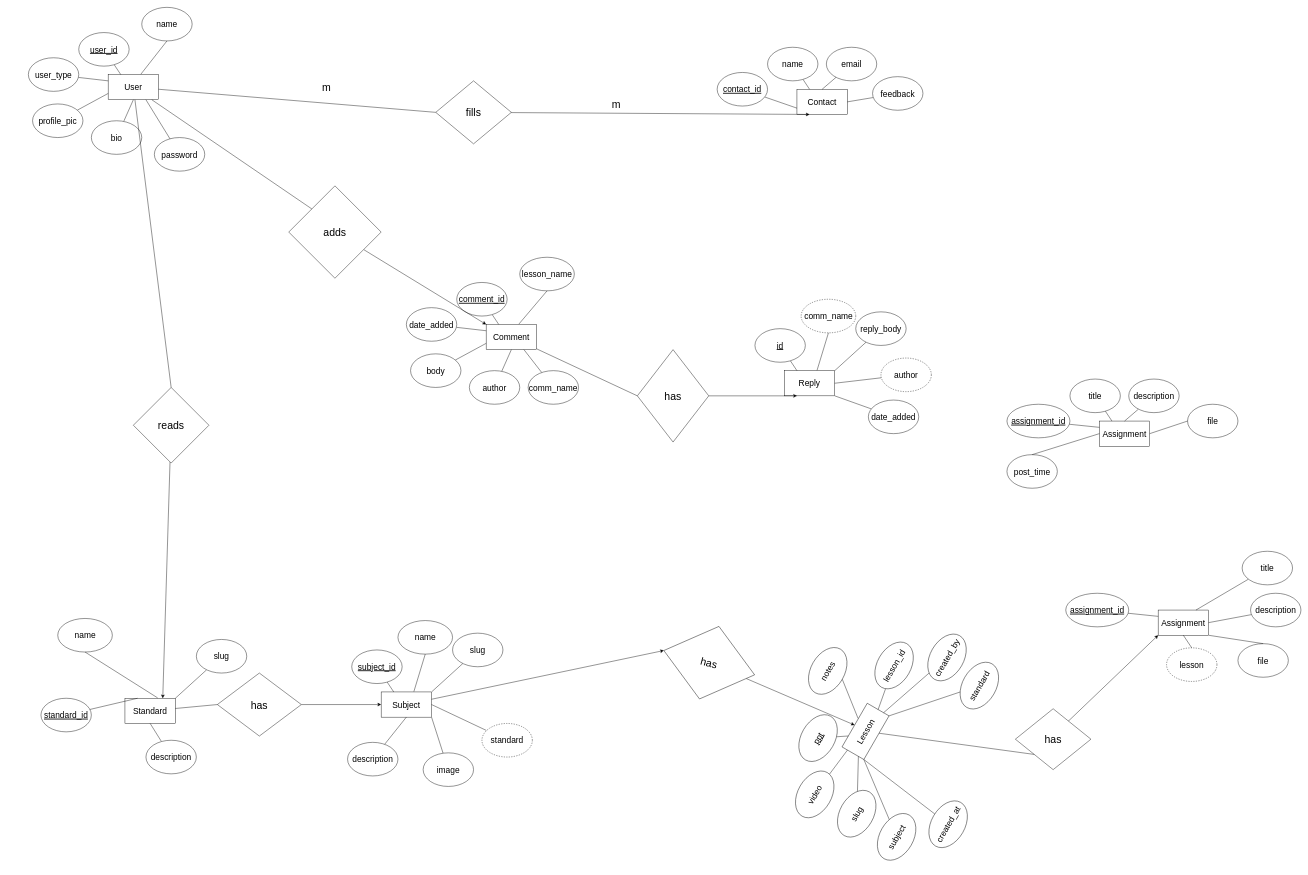
This is curriculum/er.drawio from neexal/kachhya-new, a draw.io file, before an edit. Source tidied: cells renumbered, new cells numbered last; positions are measured from the earlier drawing's top-left corner, leaving out a move shared by most shapes. Both pictures are drawn from the tidied source at 42%, with x=0, y=0 at pixel (28, 7).
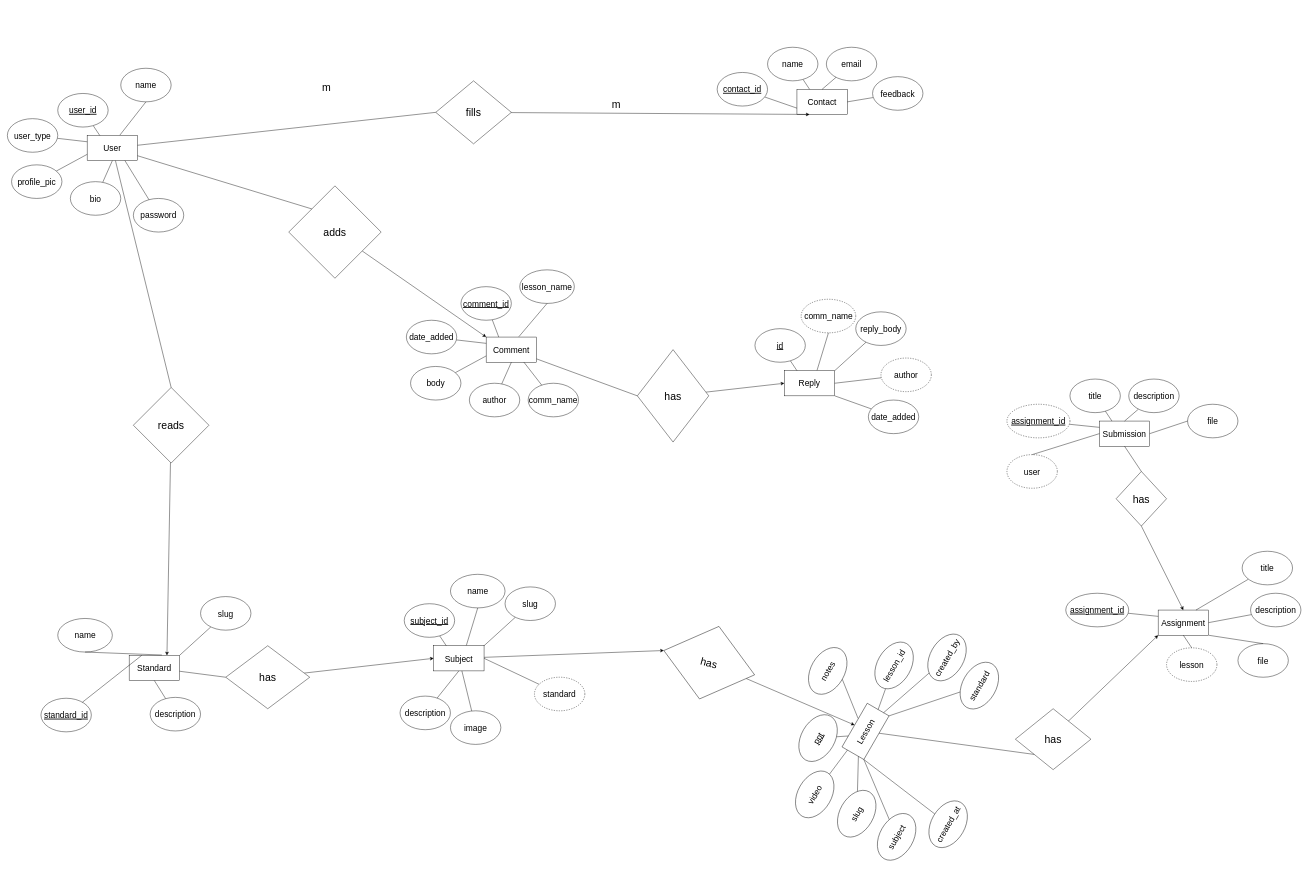
The same diagram, later.

Unchanged cells that the change refers to:
```xml
<mxCell id="31" value="&lt;font style=&quot;font-size: 20px&quot;&gt;Reply&lt;/font&gt;" style="rounded=0;whiteSpace=wrap;html=1;fontSize=13;" parent="30" vertex="1">
  <mxGeometry x="70" y="170" width="120" height="60" as="geometry" />
</mxCell>
<mxCell id="46" value="has" style="rhombus;whiteSpace=wrap;html=1;fontSize=25;" parent="1" vertex="1">
  <mxGeometry x="1450" y="815" width="170" height="220" as="geometry" />
</mxCell>
<mxCell id="65" value="&lt;font style=&quot;font-size: 20px&quot;&gt;Subject&lt;/font&gt;" style="rounded=0;whiteSpace=wrap;html=1;fontSize=13;" parent="64" vertex="1">
  <mxGeometry x="70" y="170" width="120" height="60" as="geometry" />
</mxCell>
<mxCell id="77" value="&lt;font style=&quot;font-size: 20px&quot;&gt;Assignment&lt;/font&gt;" style="rounded=0;whiteSpace=wrap;html=1;fontSize=13;" parent="76" vertex="1">
  <mxGeometry x="220" y="100" width="120" height="60" as="geometry" />
</mxCell>
```

The edit, as a diff of the source:
```diff
@@
     <mxCell id="2" style="group;" parent="1" vertex="1">
-      <mxGeometry width="420" height="390" as="geometry" />
+      <mxGeometry x="-50" y="145" width="420" height="390" as="geometry" />
     </mxCell>
@@
     <mxCell id="16" style="group;" parent="1" vertex="1">
-      <mxGeometry x="900" y="595" width="410" height="350" as="geometry" />
+      <mxGeometry x="900" y="625" width="410" height="350" as="geometry" />
     </mxCell>
@@
     <mxCell id="19" value="&lt;u&gt;comment_id&lt;/u&gt;" style="ellipse;whiteSpace=wrap;html=1;fontSize=20;" parent="16" vertex="1">
-      <mxGeometry x="120" y="60" width="120" height="80" as="geometry" />
+      <mxGeometry x="130" y="40" width="120" height="80" as="geometry" />
     </mxCell>
@@
-    <mxCell id="45" style="edgeStyle=none;rounded=0;html=1;entryX=0.25;entryY=1;entryDx=0;entryDy=0;fontSize=25;startArrow=none;" parent="1" edge="1" source="46" target="31">
+    <mxCell id="45" style="edgeStyle=none;rounded=0;html=1;entryX=0;entryY=0.5;entryDx=0;entryDy=0;fontSize=25;startArrow=none;" parent="1" edge="1" source="46" target="31">
       <mxGeometry relative="1" as="geometry" />
     </mxCell>
@@
     <mxCell id="58" style="group;" parent="1" vertex="1">
-      <mxGeometry x="160" y="1475" width="360" height="350" as="geometry" />
+      <mxGeometry x="170" y="1372.9" width="360" height="350" as="geometry" />
     </mxCell>
@@
     <mxCell id="64" style="group;" parent="1" vertex="1">
-      <mxGeometry x="770" y="1460" width="420" height="350" as="geometry" />
+      <mxGeometry x="895" y="1349.9" width="420" height="405" as="geometry" />
     </mxCell>
@@
+    <mxCell id="110" value="image" style="ellipse;whiteSpace=wrap;html=1;fontSize=20;" parent="64" vertex="1">
+      <mxGeometry x="110" y="325" width="120" height="80" as="geometry" />
+    </mxCell>
+    <mxCell id="111" style="edgeStyle=none;html=1;fontSize=20;endArrow=0&#10;;endFill=1;" parent="64" edge="1" source="110" target="65">
+      <mxGeometry relative="1" as="geometry" />
+    </mxCell>
@@
-    <mxCell id="110" value="image" style="ellipse;whiteSpace=wrap;html=1;fontSize=20;" parent="1" vertex="1">
-      <mxGeometry x="940" y="1775" width="120" height="80" as="geometry" />
-    </mxCell>
-    <mxCell id="111" style="edgeStyle=none;html=1;entryX=1;entryY=1;entryDx=0;entryDy=0;fontSize=20;endArrow=0&#10;;endFill=1;" parent="1" edge="1" source="110" target="65">
-      <mxGeometry relative="1" as="geometry" />
-    </mxCell>
@@
     <mxCell id="114" value="has" style="rhombus;whiteSpace=wrap;html=1;fontSize=25;" parent="1" vertex="1">
-      <mxGeometry x="450" y="1585" width="200" height="150" as="geometry" />
+      <mxGeometry x="470" y="1520" width="200" height="150" as="geometry" />
     </mxCell>
@@
     <mxCell id="130" style="group;" parent="1" vertex="1">
-      <mxGeometry x="2330" y="885" width="530" height="270" as="geometry" />
+      <mxGeometry x="2330" y="885" width="530" height="365" as="geometry" />
     </mxCell>
-    <mxCell id="131" value="&lt;font style=&quot;font-size: 20px&quot;&gt;Assignment&lt;/font&gt;" style="rounded=0;whiteSpace=wrap;html=1;fontSize=13;" parent="130" vertex="1">
+    <mxCell id="131" value="&lt;font style=&quot;font-size: 20px&quot;&gt;Submission&lt;/font&gt;" style="rounded=0;whiteSpace=wrap;html=1;fontSize=13;" parent="130" vertex="1">
       <mxGeometry x="220" y="100" width="120" height="60" as="geometry" />
     </mxCell>
@@
-    <mxCell id="135" value="&lt;u&gt;assignment_id&lt;/u&gt;" style="ellipse;whiteSpace=wrap;html=1;fontSize=20;" parent="130" vertex="1">
+    <mxCell id="135" value="&lt;u&gt;assignment_id&lt;/u&gt;" style="ellipse;whiteSpace=wrap;html=1;fontSize=20;dashed=1;" parent="130" vertex="1">
       <mxGeometry y="60" width="150" height="80" as="geometry" />
     </mxCell>
@@
-    <mxCell id="139" value="&lt;font style=&quot;font-size: 20px&quot;&gt;post_time&lt;/font&gt;" style="ellipse;whiteSpace=wrap;html=1;" parent="130" vertex="1">
+    <mxCell id="139" value="&lt;font style=&quot;font-size: 20px&quot;&gt;user&lt;/font&gt;" style="ellipse;whiteSpace=wrap;html=1;dashed=1;" parent="130" vertex="1">
       <mxGeometry y="180" width="120" height="80" as="geometry" />
     </mxCell>
@@
+    <mxCell id="142" value="has" style="rhombus;whiteSpace=wrap;html=1;fontSize=25;" parent="130" vertex="1">
+      <mxGeometry x="260" y="220" width="120" height="130" as="geometry" />
+    </mxCell>
+    <mxCell id="143" style="edgeStyle=none;rounded=0;html=1;entryX=0.5;entryY=0;entryDx=0;entryDy=0;fontSize=25;endArrow=none;exitX=0.5;exitY=1;exitDx=0;exitDy=0;" parent="130" edge="1" source="131" target="142">
+      <mxGeometry relative="1" as="geometry" />
+    </mxCell>
+    <mxCell id="144" style="edgeStyle=none;rounded=0;html=1;entryX=0.5;entryY=0;entryDx=0;entryDy=0;fontSize=25;startArrow=none;exitX=0.5;exitY=1;exitDx=0;exitDy=0;" parent="1" edge="1" source="142" target="77">
+      <mxGeometry relative="1" as="geometry" />
+    </mxCell>
```
